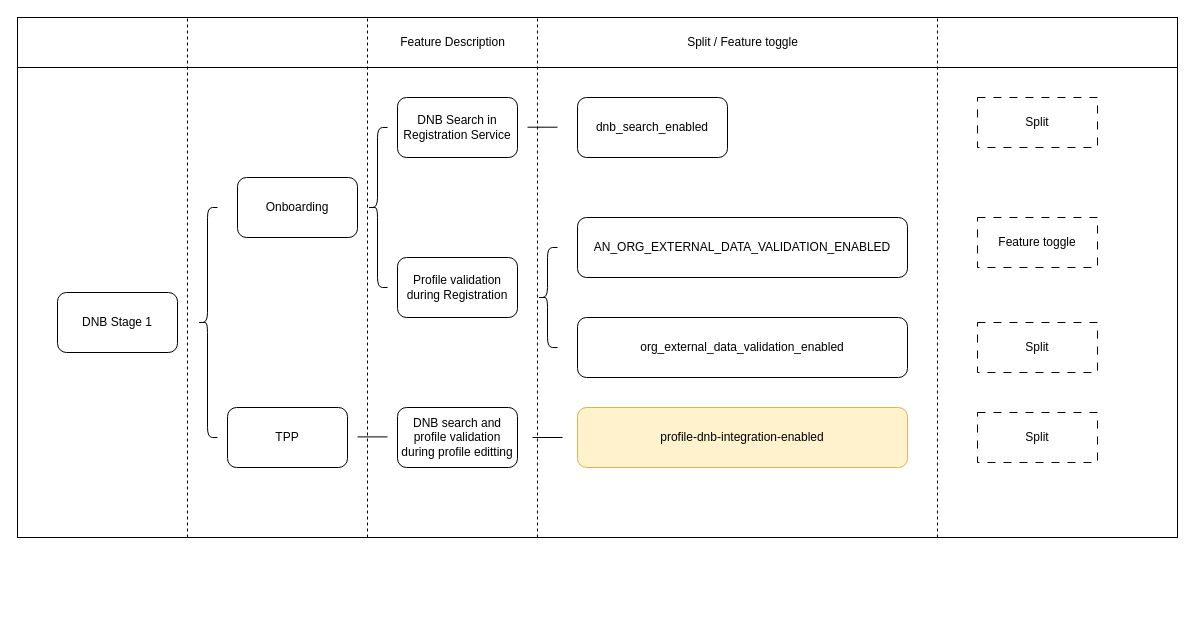
This is page "Feature toggle relationship" (1 of 5) of DNB.drawio from huangshijie/Drawio, a draw.io file, before an edit. Source tidied: cells renumbered, new cells numbered last; positions are measured from the earlier drawing's top-left corner, leaving out a move shared by most shapes. Both pictures are drawn from the tidied source at 100%, with x=0, y=0 at pixel (17, 17).
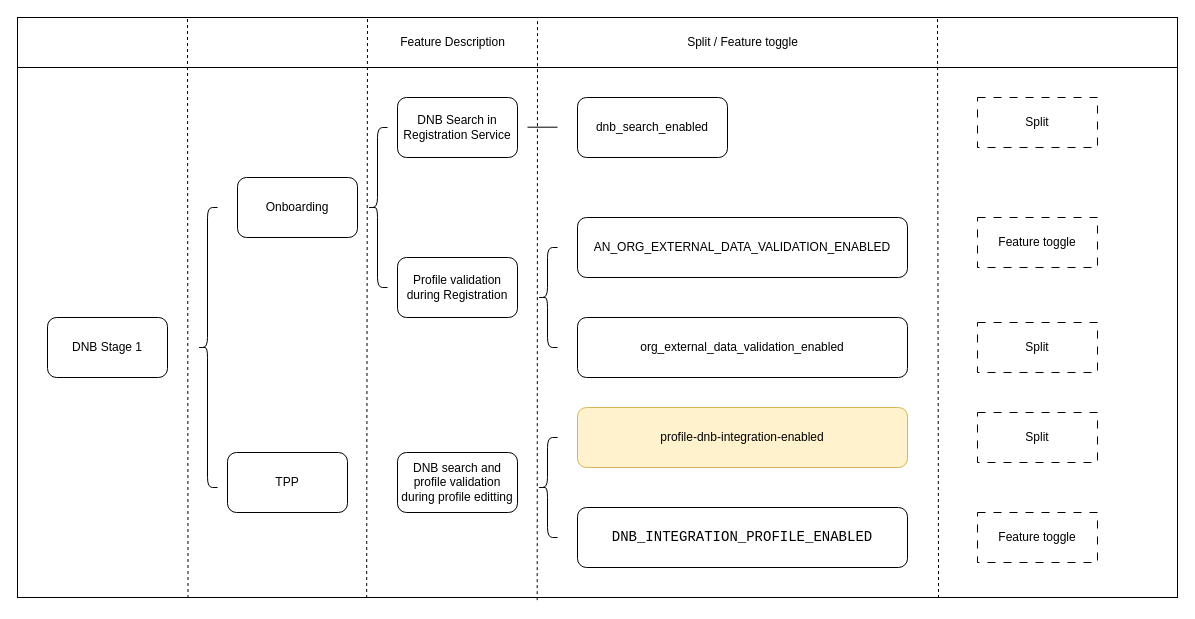
The same page after the edit.

Change to the diagram source:
```diff
@@
     <mxCell id="2" style="group;" parent="1" vertex="1">
-      <mxGeometry width="1160" height="520" as="geometry" />
+      <mxGeometry width="1160" height="580" as="geometry" />
     </mxCell>
     <mxCell id="3" style="rounded=0;whiteSpace=wrap;html=1;" parent="2" vertex="1">
-      <mxGeometry y="50" width="1160" height="470" as="geometry" />
+      <mxGeometry y="50" width="1160" height="530" as="geometry" />
     </mxCell>
@@
     <mxCell id="5" value="TPP" style="rounded=1;whiteSpace=wrap;html=1;" parent="2" vertex="1">
-      <mxGeometry x="210" y="390" width="120" height="60" as="geometry" />
+      <mxGeometry x="210" y="435" width="120" height="60" as="geometry" />
     </mxCell>
     <mxCell id="6" value="DNB Stage 1" style="rounded=1;whiteSpace=wrap;html=1;" parent="2" vertex="1">
-      <mxGeometry x="40" y="275" width="120" height="60" as="geometry" />
+      <mxGeometry x="30" y="300" width="120" height="60" as="geometry" />
     </mxCell>
     <mxCell id="7" style="shape=curlyBracket;whiteSpace=wrap;html=1;rounded=1;labelPosition=left;verticalLabelPosition=middle;align=right;verticalAlign=middle;" parent="2" vertex="1">
-      <mxGeometry x="180" y="190" width="20" height="230" as="geometry" />
+      <mxGeometry x="180" y="190" width="20" height="280" as="geometry" />
     </mxCell>
@@
     <mxCell id="11" value="DNB search and profile validation during profile editting" style="rounded=1;whiteSpace=wrap;html=1;" parent="2" vertex="1">
-      <mxGeometry x="380" y="390" width="120" height="60" as="geometry" />
+      <mxGeometry x="380" y="435" width="120" height="60" as="geometry" />
     </mxCell>
-    <mxCell id="12" style="endArrow=none;html=1;rounded=0;" parent="2" edge="1">
-      <mxGeometry relative="1" as="geometry">
-        <mxPoint x="340" y="419.4" as="sourcePoint" />
-        <mxPoint x="370" y="419.4" as="targetPoint" />
-      </mxGeometry>
-    </mxCell>
@@
-    <mxCell id="18" style="endArrow=none;html=1;rounded=0;" parent="2" edge="1">
-      <mxGeometry relative="1" as="geometry">
-        <mxPoint x="515" y="420" as="sourcePoint" />
-        <mxPoint x="545" y="420" as="targetPoint" />
-      </mxGeometry>
-    </mxCell>
@@
-    <mxCell id="25" style="endArrow=none;dashed=1;html=1;rounded=0;" parent="2" edge="1">
+    <mxCell id="25" style="endArrow=none;dashed=1;html=1;rounded=0;exitX=0.147;exitY=1.001;exitDx=0;exitDy=0;exitPerimeter=0;" parent="2" edge="1" source="3">
       <mxGeometry relative="1" as="geometry">
-        <mxPoint x="170" y="520" as="sourcePoint" />
         <mxPoint x="170" as="targetPoint" />
       </mxGeometry>
     </mxCell>
-    <mxCell id="26" style="endArrow=none;dashed=1;html=1;rounded=0;" parent="2" edge="1">
+    <mxCell id="26" style="endArrow=none;dashed=1;html=1;rounded=0;exitX=0.301;exitY=1.001;exitDx=0;exitDy=0;exitPerimeter=0;" parent="2" edge="1" source="3">
       <mxGeometry relative="1" as="geometry">
-        <mxPoint x="350" y="520" as="sourcePoint" />
         <mxPoint x="350" as="targetPoint" />
       </mxGeometry>
     </mxCell>
-    <mxCell id="27" style="endArrow=none;dashed=1;html=1;rounded=0;" parent="2" edge="1">
+    <mxCell id="27" style="endArrow=none;dashed=1;html=1;rounded=0;exitX=0.448;exitY=1.005;exitDx=0;exitDy=0;exitPerimeter=0;" parent="2" edge="1" source="3">
       <mxGeometry relative="1" as="geometry">
-        <mxPoint x="520" y="520" as="sourcePoint" />
         <mxPoint x="520" as="targetPoint" />
       </mxGeometry>
     </mxCell>
-    <mxCell id="28" style="endArrow=none;dashed=1;html=1;rounded=0;" parent="2" edge="1">
+    <mxCell id="28" style="endArrow=none;dashed=1;html=1;rounded=0;exitX=0.794;exitY=1.001;exitDx=0;exitDy=0;exitPerimeter=0;" parent="2" edge="1" source="3">
       <mxGeometry relative="1" as="geometry">
-        <mxPoint x="920" y="520" as="sourcePoint" />
         <mxPoint x="920" as="targetPoint" />
       </mxGeometry>
     </mxCell>
@@
+    <mxCell id="31" value="&lt;pre style=&quot;background-color: rgb(255, 255, 255); font-family: &amp;quot;JetBrains Mono&amp;quot;, monospace; font-size: 10.5pt;&quot;&gt;DNB_INTEGRATION_PROFILE_ENABLED&lt;/pre&gt;" style="rounded=1;whiteSpace=wrap;html=1;" parent="2" vertex="1">
+      <mxGeometry x="560" y="490" width="330" height="60" as="geometry" />
+    </mxCell>
+    <mxCell id="32" value="Feature toggle" style="rounded=0;whiteSpace=wrap;html=1;dashed=1;dashPattern=8 8;" parent="2" vertex="1">
+      <mxGeometry x="960" y="495" width="120" height="50" as="geometry" />
+    </mxCell>
+    <mxCell id="33" style="shape=curlyBracket;whiteSpace=wrap;html=1;rounded=1;labelPosition=left;verticalLabelPosition=middle;align=right;verticalAlign=middle;" parent="2" vertex="1">
+      <mxGeometry x="520" y="420" width="20" height="100" as="geometry" />
+    </mxCell>
```
